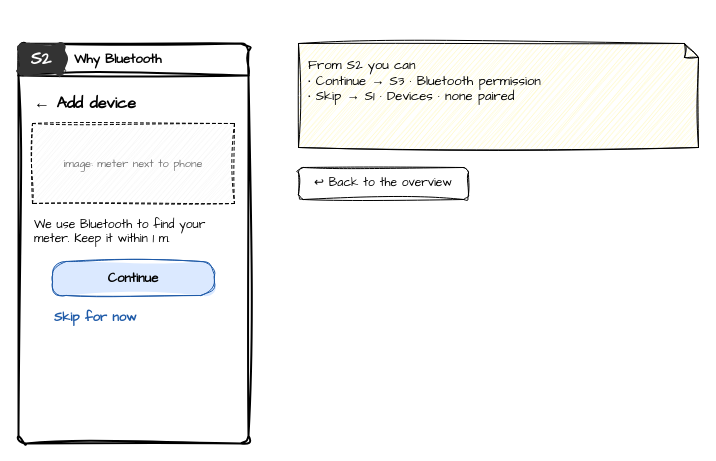
This is page "S2 Why Bluetooth" (3 of 15) of docs/examples/pair-a-meter/click-through.drawio from AnilDeshpande/codetutor-mobile-prototyper, a draw.io file, before an edit. Source tidied: cells renumbered, new cells numbered last; positions are measured from the earlier drawing's top-left corner, leaving out a move shared by most shapes. Both pictures are drawn from the tidied source at 100%, with x=0, y=0 at pixel (18, 43).
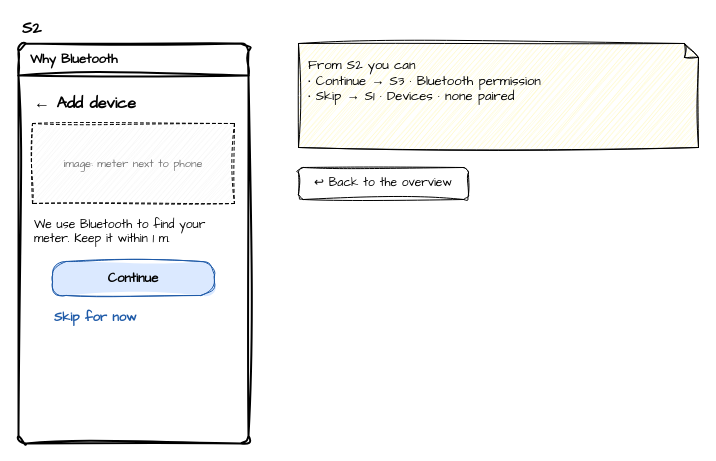
After the change.

What changed in the source:
```diff
@@
 <mxGraphModel>
   <root>
     <mxCell id="0" />
     <mxCell id="1" parent="0" />
-    <mxCell id="2" value="Why Bluetooth" style="sketch=1;curveFitting=1;jiggle=2;hachureGap=4;fontFamily=Architects Daughter;html=1;whiteSpace=wrap;swimlane;startSize=32;rounded=1;arcSize=8;strokeWidth=2;align=left;spacingLeft=54;fontSize=13;fontStyle=1;fillColor=#ffffff;swimlaneFillColor=#ffffff;" parent="1" vertex="1">
+    <mxCell id="2" value="Why Bluetooth" style="sketch=1;curveFitting=1;jiggle=2;hachureGap=4;fontFamily=Architects Daughter;html=1;whiteSpace=wrap;swimlane;startSize=32;rounded=1;arcSize=8;strokeWidth=2;align=left;spacingLeft=10;fontSize=13;fontStyle=1;fillColor=#ffffff;swimlaneFillColor=#ffffff;" parent="1" vertex="1">
       <mxGeometry width="230" height="400" as="geometry" />
     </mxCell>
-    <mxCell id="3" value="&lt;b&gt;S2&lt;/b&gt;" style="sketch=1;curveFitting=1;jiggle=2;hachureGap=4;fontFamily=Architects Daughter;html=1;whiteSpace=wrap;rounded=1;arcSize=20;fontSize=17;fillColor=#333333;fillStyle=solid;strokeColor=#333333;fontColor=#ffffff;" parent="2" vertex="1">
-      <mxGeometry width="46" height="32" as="geometry" />
+    <mxCell id="3" value="&lt;b&gt;S2&lt;/b&gt;" style="sketch=1;curveFitting=1;jiggle=2;hachureGap=4;fontFamily=Architects Daughter;html=1;whiteSpace=wrap;text;align=left;verticalAlign=middle;fontSize=16;strokeColor=none;fillColor=none;" parent="2" vertex="1">
+      <mxGeometry x="2" y="-26" width="50" height="22" as="geometry" />
     </mxCell>
     <mxCell id="4" value="←  Add device" style="sketch=1;curveFitting=1;jiggle=2;hachureGap=4;fontFamily=Architects Daughter;html=1;whiteSpace=wrap;text;strokeColor=none;fillColor=none;align=left;fontSize=16;fontStyle=1;" parent="2" vertex="1">
       <mxGeometry x="14" y="44" width="202" height="28" as="geometry" />
     </mxCell>
     <mxCell id="5" value="image: meter next to phone" style="sketch=1;curveFitting=1;jiggle=2;hachureGap=4;fontFamily=Architects Daughter;html=1;whiteSpace=wrap;shape=mxgraph.basic.rect;rounded=0;fontSize=11;fontColor=#777777;fillColor=#f5f5f5;dashed=1;" parent="2" vertex="1">
       <mxGeometry x="14" y="80" width="202" height="80" as="geometry" />
     </mxCell>
     <mxCell id="6" value="We use Bluetooth to find your meter. Keep it within 1 m." style="sketch=1;curveFitting=1;jiggle=2;hachureGap=4;fontFamily=Architects Daughter;html=1;whiteSpace=wrap;text;strokeColor=none;fillColor=none;align=left;fontSize=12;" parent="2" vertex="1">
       <mxGeometry x="14" y="168" width="202" height="42" as="geometry" />
     </mxCell>
     <mxCell id="7" value="Continue" style="sketch=1;curveFitting=1;jiggle=2;hachureGap=4;fontFamily=Architects Daughter;html=1;whiteSpace=wrap;rounded=1;arcSize=40;fontSize=13;fontStyle=1;fillColor=#dbe9ff;fillStyle=solid;strokeColor=#1e5aa8;" parent="2" vertex="1">
       <mxGeometry x="34" y="218" width="162" height="34" as="geometry" />
     </mxCell>
     <mxCell id="8" value="Skip for now" style="sketch=1;curveFitting=1;jiggle=2;hachureGap=4;fontFamily=Architects Daughter;html=1;whiteSpace=wrap;text;strokeColor=none;fillColor=none;fontSize=13;fontStyle=1;fontColor=#1e5aa8;" parent="2" vertex="1">
       <mxGeometry x="34" y="260" width="162" height="34" as="geometry" />
     </mxCell>
     <mxCell id="9" value="From S2 you can&lt;br&gt;• Continue  →  S3 · Bluetooth permission&lt;br&gt;• Skip  →  S1 · Devices · none paired" style="sketch=1;curveFitting=1;jiggle=2;hachureGap=4;fontFamily=Architects Daughter;html=1;whiteSpace=wrap;shape=note;size=14;align=left;verticalAlign=top;spacing=10;fontSize=13;fillColor=#fff8c4;" parent="1" vertex="1">
       <mxGeometry x="280" width="400" height="104" as="geometry" />
     </mxCell>
     <mxCell id="10" value="↩ Back to the overview" style="sketch=1;curveFitting=1;jiggle=2;hachureGap=4;fontFamily=Architects Daughter;html=1;whiteSpace=wrap;rounded=1;fontSize=12;fillColor=#ffffff;" parent="1" vertex="1">
       <mxGeometry x="280" y="124" width="170" height="32" as="geometry" />
     </mxCell>
   </root>
 </mxGraphModel>
```
